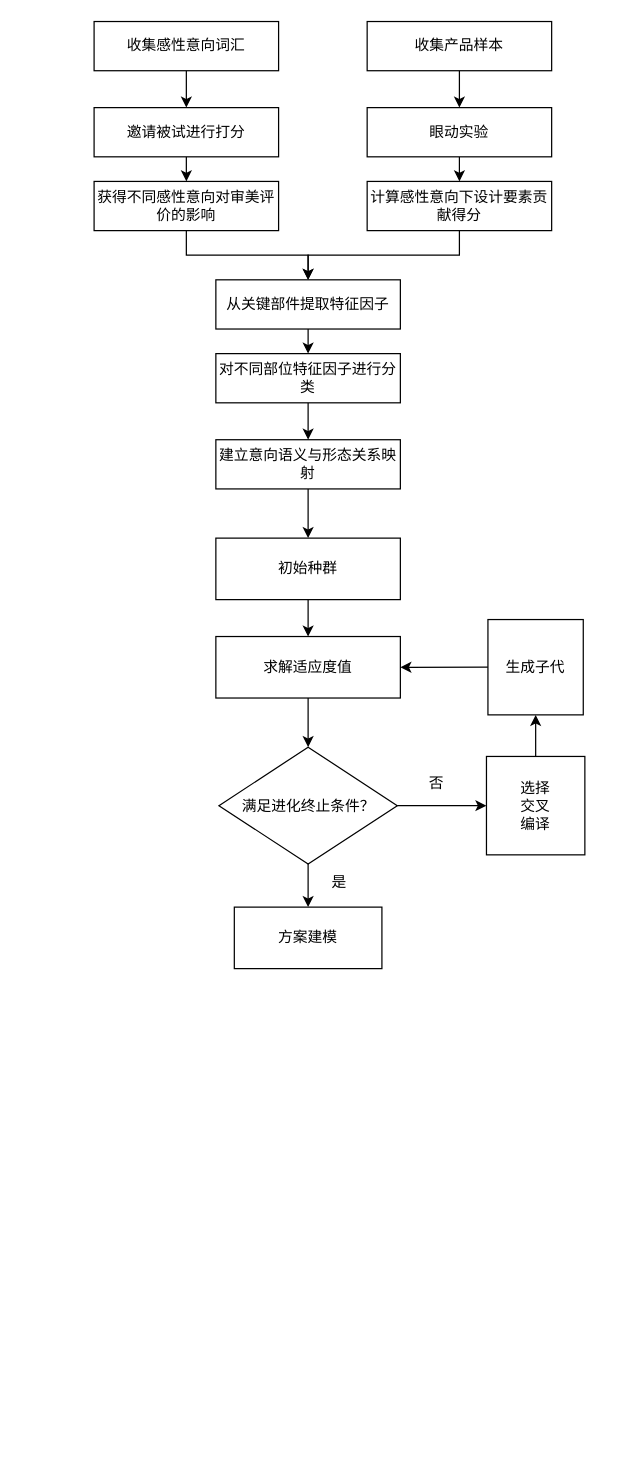
df3dysn/Yang- keeps this draw.io diagram as 毕业设计.drawio. Above is the earlier version. Source tidied: cells renumbered, new cells numbered last; positions are measured from the earlier drawing's top-left corner, leaving out a move shared by most shapes. Both pictures are drawn from the tidied source at 123%, with x=0, y=0 at pixel (93, 21).
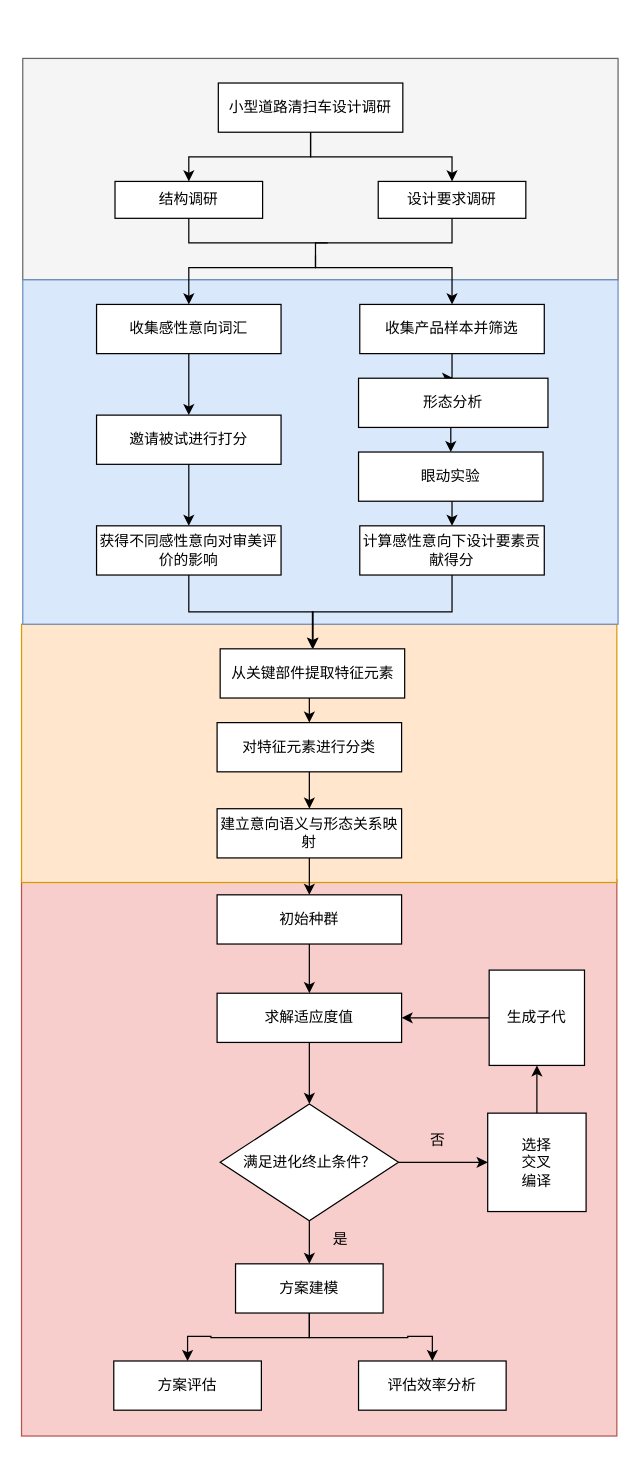
Above is the later version.

What changed in the source:
```diff
@@
+    <mxCell id="34" style="rounded=0;whiteSpace=wrap;html=1;fillColor=#f5f5f5;strokeColor=#666666;fontColor=#333333;" parent="1" vertex="1">
+      <mxGeometry x="-58" y="30" width="484" height="180" as="geometry" />
+    </mxCell>
+    <mxCell id="35" style="rounded=0;whiteSpace=wrap;html=1;fillColor=#f8cecc;strokeColor=#b85450;" parent="1" vertex="1">
+      <mxGeometry x="-59" y="697.5" width="484" height="452.5" as="geometry" />
+    </mxCell>
+    <mxCell id="36" style="rounded=0;whiteSpace=wrap;html=1;fillColor=#ffe6cc;strokeColor=#d79b00;" parent="1" vertex="1">
+      <mxGeometry x="-59" y="490" width="484" height="210" as="geometry" />
+    </mxCell>
+    <mxCell id="37" style="rounded=0;whiteSpace=wrap;html=1;fillColor=#dae8fc;strokeColor=#6c8ebf;" parent="1" vertex="1">
+      <mxGeometry x="-58" y="210" width="484" height="280" as="geometry" />
+    </mxCell>
@@
+    <mxCell id="38" style="edgeStyle=orthogonalEdgeStyle;rounded=0;jettySize=auto;html=1;exitX=0.5;exitY=0;exitDx=0;exitDy=0;endArrow=none;endFill=0;startArrow=classic;startFill=1;" parent="1" edge="1" source="3">
+      <mxGeometry relative="1" as="geometry">
+        <mxPoint x="180" y="190" as="targetPoint" />
+        <Array as="points">
+          <mxPoint x="77" y="200" />
+          <mxPoint x="180" y="200" />
+        </Array>
+      </mxGeometry>
+    </mxCell>
     <mxCell id="3" value="收集感性意向词汇" style="rounded=0;whiteSpace=wrap;html=1;" parent="1" vertex="1">
-      <mxGeometry width="150" height="40" as="geometry" />
+      <mxGeometry x="2" y="230" width="150" height="40" as="geometry" />
     </mxCell>
-    <mxCell id="4" style="edgeStyle=orthogonalEdgeStyle;rounded=0;jettySize=auto;html=1;exitX=0.5;exitY=1;exitDx=0;exitDy=0;" parent="1" edge="1" source="5" target="11">
-      <mxGeometry relative="1" as="geometry" />
-    </mxCell>
+    <mxCell id="39" style="edgeStyle=orthogonalEdgeStyle;rounded=0;jettySize=auto;html=1;exitX=0.5;exitY=0;exitDx=0;exitDy=0;endArrow=none;endFill=0;startArrow=classic;startFill=1;" parent="1" edge="1" source="5">
+      <mxGeometry relative="1" as="geometry">
+        <mxPoint x="190" y="180" as="targetPoint" />
+        <Array as="points">
+          <mxPoint x="291" y="200" />
+          <mxPoint x="180" y="200" />
+          <mxPoint x="180" y="180" />
+        </Array>
+      </mxGeometry>
+    </mxCell>
+    <mxCell id="40" style="edgeStyle=orthogonalEdgeStyle;rounded=0;jettySize=auto;html=1;startArrow=none;startFill=0;endArrow=classic;endFill=1;" parent="1" edge="1" source="5" target="52">
+      <mxGeometry relative="1" as="geometry" />
+    </mxCell>
-    <mxCell id="5" value="收集产品样本" style="rounded=0;whiteSpace=wrap;html=1;" parent="1" vertex="1">
-      <mxGeometry x="222" width="150" height="40" as="geometry" />
+    <mxCell id="5" value="收集产品样本并筛选" style="rounded=0;whiteSpace=wrap;html=1;" parent="1" vertex="1">
+      <mxGeometry x="216" y="230" width="150" height="40" as="geometry" />
     </mxCell>
@@
     <mxCell id="7" value="邀请被试进行打分" style="rounded=0;whiteSpace=wrap;html=1;" parent="1" vertex="1">
-      <mxGeometry y="70" width="150" height="40" as="geometry" />
+      <mxGeometry x="2" y="320" width="150" height="40" as="geometry" />
     </mxCell>
     <mxCell id="8" style="edgeStyle=orthogonalEdgeStyle;rounded=0;jettySize=auto;html=1;exitX=0.5;exitY=1;exitDx=0;exitDy=0;" parent="1" edge="1" source="9" target="21">
-      <mxGeometry relative="1" as="geometry" />
+      <mxGeometry relative="1" as="geometry">
+        <Array as="points">
+          <mxPoint x="77" y="480" />
+          <mxPoint x="178" y="480" />
+        </Array>
+      </mxGeometry>
     </mxCell>
     <mxCell id="9" value="获得不同感性意向对审美评价的影响" style="rounded=0;whiteSpace=wrap;html=1;" parent="1" vertex="1">
-      <mxGeometry y="130" width="150" height="40" as="geometry" />
+      <mxGeometry x="2" y="410" width="150" height="40" as="geometry" />
     </mxCell>
@@
     <mxCell id="11" value="眼动实验" style="rounded=0;whiteSpace=wrap;html=1;" parent="1" vertex="1">
-      <mxGeometry x="222" y="70" width="150" height="40" as="geometry" />
+      <mxGeometry x="215" y="350" width="150" height="40" as="geometry" />
     </mxCell>
@@
     <mxCell id="13" value="建立意向语义与形态关系映射" style="rounded=0;whiteSpace=wrap;html=1;" parent="1" vertex="1">
-      <mxGeometry x="99" y="340" width="150" height="40" as="geometry" />
+      <mxGeometry x="100" y="640" width="150" height="40" as="geometry" />
     </mxCell>
@@
     <mxCell id="15" value="初始种群" style="rounded=0;whiteSpace=wrap;html=1;" parent="1" vertex="1">
-      <mxGeometry x="99" y="420" width="150" height="50" as="geometry" />
+      <mxGeometry x="100" y="710" width="150" height="40" as="geometry" />
     </mxCell>
     <mxCell id="16" style="edgeStyle=orthogonalEdgeStyle;rounded=0;jettySize=auto;html=1;exitX=0.5;exitY=1;exitDx=0;exitDy=0;entryX=0.5;entryY=0;entryDx=0;entryDy=0;" parent="1" edge="1" source="17" target="21">
-      <mxGeometry relative="1" as="geometry" />
+      <mxGeometry relative="1" as="geometry">
+        <Array as="points">
+          <mxPoint x="291" y="480" />
+          <mxPoint x="178" y="480" />
+        </Array>
+      </mxGeometry>
     </mxCell>
     <mxCell id="17" value="计算感性意向下设计要素贡献得分" style="rounded=0;whiteSpace=wrap;html=1;" parent="1" vertex="1">
-      <mxGeometry x="222" y="130" width="150" height="40" as="geometry" />
+      <mxGeometry x="216" y="410" width="150" height="40" as="geometry" />
     </mxCell>
@@
     <mxCell id="19" value="求解适应度值" style="rounded=0;whiteSpace=wrap;html=1;" parent="1" vertex="1">
-      <mxGeometry x="99" y="500" width="150" height="50" as="geometry" />
+      <mxGeometry x="100" y="790" width="150" height="40" as="geometry" />
     </mxCell>
-    <mxCell id="20" style="edgeStyle=orthogonalEdgeStyle;rounded=0;jettySize=auto;html=1;exitX=0.5;exitY=1;exitDx=0;exitDy=0;entryX=0.5;entryY=0;entryDx=0;entryDy=0;" parent="1" edge="1" source="21" target="23">
-      <mxGeometry relative="1" as="geometry" />
+    <mxCell id="20" style="edgeStyle=orthogonalEdgeStyle;rounded=0;jettySize=auto;html=1;exitX=0.5;exitY=1;exitDx=0;exitDy=0;entryX=0.5;entryY=0;entryDx=0;entryDy=0;" parent="1" edge="1" target="23">
+      <mxGeometry relative="1" as="geometry">
+        <mxPoint x="175" y="550" as="sourcePoint" />
+      </mxGeometry>
     </mxCell>
-    <mxCell id="21" value="从关键部件提取特征因子" style="rounded=0;whiteSpace=wrap;html=1;" parent="1" vertex="1">
-      <mxGeometry x="99" y="210" width="150" height="40" as="geometry" />
+    <mxCell id="21" value="从关键部件提取特征元素" style="rounded=0;whiteSpace=wrap;html=1;" parent="1" vertex="1">
+      <mxGeometry x="102.5" y="510" width="150" height="40" as="geometry" />
     </mxCell>
@@
-    <mxCell id="23" value="对不同部位特征因子进行分类" style="rounded=0;whiteSpace=wrap;html=1;" parent="1" vertex="1">
-      <mxGeometry x="99" y="270" width="150" height="40" as="geometry" />
+    <mxCell id="23" value="对特征元素进行分类" style="rounded=0;whiteSpace=wrap;html=1;" parent="1" vertex="1">
+      <mxGeometry x="100" y="570" width="150" height="40" as="geometry" />
     </mxCell>
     <mxCell id="24" style="edgeStyle=orthogonalEdgeStyle;rounded=0;jettySize=auto;html=1;exitX=0.5;exitY=1;exitDx=0;exitDy=0;" parent="1" edge="1" source="26">
       <mxGeometry relative="1" as="geometry">
-        <mxPoint x="174" y="720" as="targetPoint" />
+        <mxPoint x="175" y="1010" as="targetPoint" />
       </mxGeometry>
     </mxCell>
@@
     <mxCell id="26" value="满足进化终止条件？" style="rhombus;whiteSpace=wrap;html=1;rounded=0;spacingTop=0;spacingBottom=0;spacingRight=10;spacingLeft=10;" parent="1" vertex="1">
-      <mxGeometry x="101.5" y="590" width="145" height="95" as="geometry" />
+      <mxGeometry x="102.5" y="880" width="145" height="95" as="geometry" />
     </mxCell>
+    <mxCell id="41" style="edgeStyle=orthogonalEdgeStyle;rounded=0;jettySize=auto;html=1;exitX=0.5;exitY=1;exitDx=0;exitDy=0;entryX=0.5;entryY=0;entryDx=0;entryDy=0;" parent="1" edge="1" source="27" target="43">
+      <mxGeometry relative="1" as="geometry" />
+    </mxCell>
+    <mxCell id="42" style="edgeStyle=orthogonalEdgeStyle;rounded=0;jettySize=auto;html=1;exitX=0.5;exitY=1;exitDx=0;exitDy=0;entryX=0.5;entryY=0;entryDx=0;entryDy=0;" parent="1" edge="1" source="27" target="47">
+      <mxGeometry relative="1" as="geometry" />
+    </mxCell>
-    <mxCell id="27" value="方案建模" style="whiteSpace=wrap;html=1;rounded=0;spacingTop=0;spacingLeft=10;spacingBottom=0;spacingRight=10;" parent="1" vertex="1">
-      <mxGeometry x="114" y="720" width="120" height="50" as="geometry" />
+    <mxCell id="27" value="&lt;div&gt;方案建模&lt;/div&gt;" style="whiteSpace=wrap;html=1;rounded=0;spacingTop=0;spacingLeft=10;spacingBottom=0;spacingRight=10;" parent="1" vertex="1">
+      <mxGeometry x="115" y="1010" width="120" height="40" as="geometry" />
     </mxCell>
@@
     <mxCell id="29" value="&lt;div&gt;选择&lt;/div&gt;&lt;div&gt;交叉&lt;/div&gt;&lt;div&gt;编译&lt;br&gt;&lt;/div&gt;" style="whiteSpace=wrap;html=1;" parent="1" vertex="1">
-      <mxGeometry x="319" y="597.5" width="80" height="80" as="geometry" />
+      <mxGeometry x="320" y="887.5" width="80" height="80" as="geometry" />
     </mxCell>
@@
     <mxCell id="31" value="生成子代" style="whiteSpace=wrap;html=1;" parent="1" vertex="1">
-      <mxGeometry x="320.2" y="486.2" width="77.5" height="77.5" as="geometry" />
+      <mxGeometry x="321.2" y="771.2" width="77.5" height="77.5" as="geometry" />
     </mxCell>
     <mxCell id="32" value="否" style="text;html=1;align=center;verticalAlign=middle;strokeColor=none;fillColor=none;" parent="1" vertex="1">
-      <mxGeometry x="263" y="610" width="30" height="20" as="geometry" />
+      <mxGeometry x="264" y="900" width="30" height="20" as="geometry" />
     </mxCell>
     <mxCell id="33" value="是" style="text;html=1;align=center;verticalAlign=middle;strokeColor=none;fillColor=none;" parent="1" vertex="1">
-      <mxGeometry x="184" y="690" width="30" height="20" as="geometry" />
+      <mxGeometry x="185" y="980" width="30" height="20" as="geometry" />
     </mxCell>
+    <mxCell id="43" value="&lt;div&gt;方案评估&lt;/div&gt;" style="whiteSpace=wrap;html=1;rounded=0;spacingTop=0;spacingLeft=10;spacingBottom=0;spacingRight=10;" parent="1" vertex="1">
+      <mxGeometry x="16" y="1089" width="120" height="40" as="geometry" />
+    </mxCell>
+    <mxCell id="44" style="edgeStyle=orthogonalEdgeStyle;rounded=0;jettySize=auto;html=1;exitX=0.5;exitY=1;exitDx=0;exitDy=0;entryX=0.5;entryY=0;entryDx=0;entryDy=0;" parent="1" edge="1" source="46" target="48">
+      <mxGeometry relative="1" as="geometry" />
+    </mxCell>
+    <mxCell id="45" style="edgeStyle=orthogonalEdgeStyle;rounded=0;jettySize=auto;html=1;exitX=0.5;exitY=1;exitDx=0;exitDy=0;" parent="1" edge="1" source="46" target="50">
+      <mxGeometry relative="1" as="geometry" />
+    </mxCell>
+    <mxCell id="46" value="小型道路清扫车设计调研" style="rounded=0;whiteSpace=wrap;html=1;" parent="1" vertex="1">
+      <mxGeometry x="101" y="50" width="150" height="40" as="geometry" />
+    </mxCell>
+    <mxCell id="47" value="评估效率分析" style="whiteSpace=wrap;html=1;rounded=0;spacingTop=0;spacingLeft=10;spacingBottom=0;spacingRight=10;" parent="1" vertex="1">
+      <mxGeometry x="215" y="1089" width="120" height="40" as="geometry" />
+    </mxCell>
+    <mxCell id="48" value="结构调研" style="rounded=0;whiteSpace=wrap;html=1;" parent="1" vertex="1">
+      <mxGeometry x="17" y="130" width="120" height="30" as="geometry" />
+    </mxCell>
+    <mxCell id="49" style="edgeStyle=orthogonalEdgeStyle;rounded=0;jettySize=auto;html=1;endArrow=none;endFill=0;" parent="1" edge="1" source="50" target="48">
+      <mxGeometry relative="1" as="geometry">
+        <Array as="points">
+          <mxPoint x="291" y="180" />
+          <mxPoint x="77" y="180" />
+        </Array>
+      </mxGeometry>
+    </mxCell>
+    <mxCell id="50" value="设计要求调研" style="rounded=0;whiteSpace=wrap;html=1;" parent="1" vertex="1">
+      <mxGeometry x="231" y="130" width="120" height="30" as="geometry" />
+    </mxCell>
+    <mxCell id="51" style="edgeStyle=orthogonalEdgeStyle;rounded=0;jettySize=auto;html=1;entryX=0.5;entryY=0;entryDx=0;entryDy=0;startArrow=none;startFill=0;endArrow=classic;endFill=1;" parent="1" edge="1" source="52" target="11">
+      <mxGeometry relative="1" as="geometry">
+        <Array as="points">
+          <mxPoint x="290" y="350" />
+          <mxPoint x="290" y="350" />
+        </Array>
+      </mxGeometry>
+    </mxCell>
+    <mxCell id="52" value="形态分析" style="whiteSpace=wrap;html=1;rounded=0;" parent="1" vertex="1">
+      <mxGeometry x="215" y="290" width="154" height="40" as="geometry" />
+    </mxCell>
```
